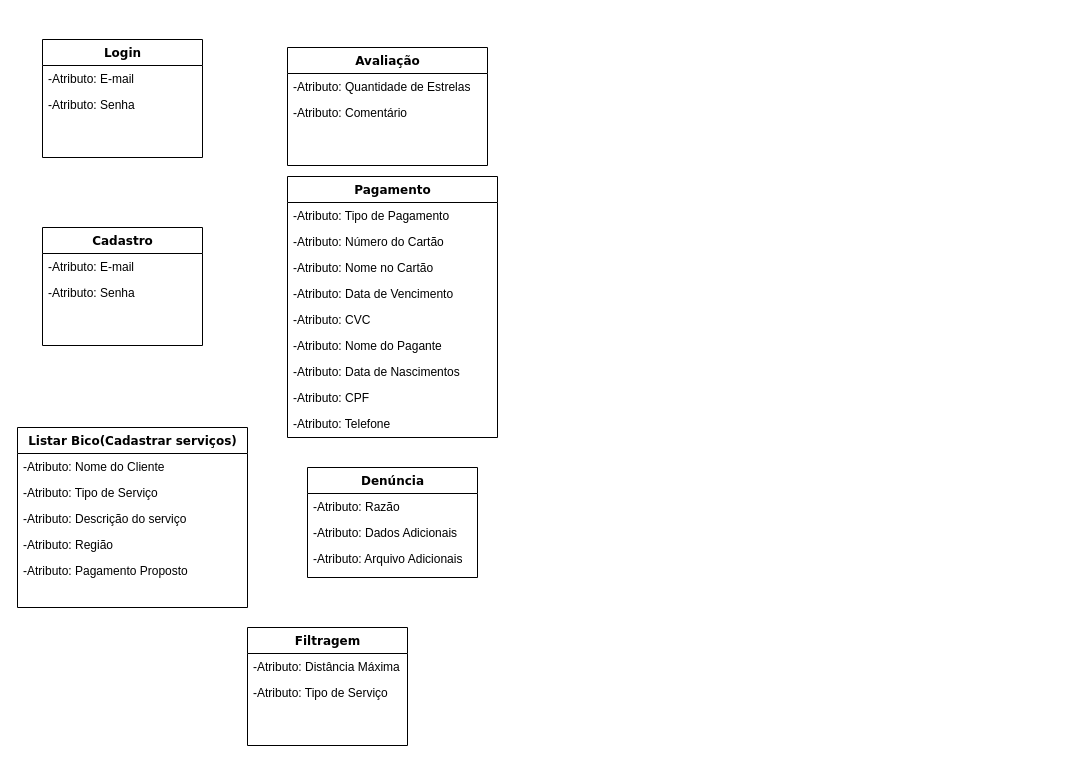
Before: Modelo de Domínio/modelo de dominio.drawio in daikisuga/BICO, a draw.io diagram. Source tidied: cells renumbered, new cells numbered last; positions are measured from the earlier drawing's top-left corner, leaving out a move shared by most shapes. Both pictures are drawn from the tidied source at 100%, with x=0, y=0 at pixel (17, 39).
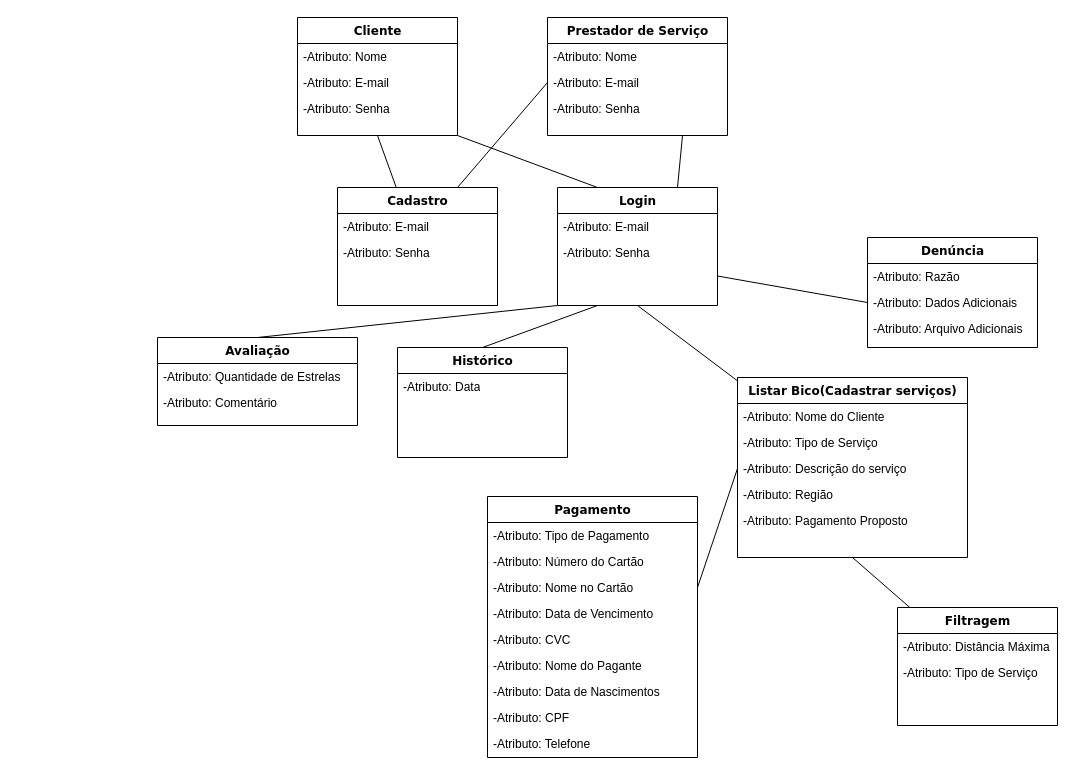
The same page after the edit.

Unchanged cells that the change refers to:
```xml
<mxCell id="11" value="-Atributo: Descrição do serviço" style="text;html=1;strokeColor=none;fillColor=none;align=left;verticalAlign=top;spacingLeft=4;spacingRight=4;whiteSpace=wrap;overflow=hidden;points=[[0,0.5],[1,0.5]];portConstraint=eastwest;" parent="8" vertex="1">
  <mxGeometry y="78" width="230" height="26" as="geometry" />
</mxCell>
<mxCell id="16" value="-Atributo: Dados Adicionais" style="text;html=1;strokeColor=none;fillColor=none;align=left;verticalAlign=top;spacingLeft=4;spacingRight=4;whiteSpace=wrap;overflow=hidden;points=[[0,0.5],[1,0.5]];portConstraint=eastwest;" parent="14" vertex="1">
  <mxGeometry y="52" width="170" height="26" as="geometry" />
</mxCell>
<mxCell id="21" value="-Atributo: Nome no Cartão" style="text;html=1;strokeColor=none;fillColor=none;align=left;verticalAlign=top;spacingLeft=4;spacingRight=4;whiteSpace=wrap;overflow=hidden;points=[[0,0.5],[1,0.5]];portConstraint=eastwest;" parent="18" vertex="1">
  <mxGeometry y="78" width="210" height="26" as="geometry" />
</mxCell>
```

What changed in the source:
```diff
@@
+    <mxCell id="34" style="rounded=0;jettySize=auto;html=1;exitX=0;exitY=1;exitDx=0;exitDy=0;entryX=0.5;entryY=0;entryDx=0;entryDy=0;endArrow=none;endFill=0;" parent="1" edge="1" source="2" target="28">
+      <mxGeometry relative="1" as="geometry" />
+    </mxCell>
+    <mxCell id="35" style="rounded=0;jettySize=auto;html=1;exitX=0.5;exitY=1;exitDx=0;exitDy=0;endArrow=none;endFill=0;" parent="1" edge="1" source="2" target="8">
+      <mxGeometry relative="1" as="geometry" />
+    </mxCell>
+    <mxCell id="36" style="rounded=0;jettySize=auto;html=1;exitX=1;exitY=0.75;exitDx=0;exitDy=0;entryX=0;entryY=0.5;entryDx=0;entryDy=0;endArrow=none;endFill=0;" parent="1" edge="1" source="2" target="16">
+      <mxGeometry relative="1" as="geometry" />
+    </mxCell>
+    <mxCell id="37" style="edgeStyle=none;rounded=0;jettySize=auto;html=1;exitX=0.25;exitY=1;exitDx=0;exitDy=0;entryX=0.5;entryY=0;entryDx=0;entryDy=0;endArrow=none;endFill=0;" parent="1" edge="1" source="2" target="52">
+      <mxGeometry relative="1" as="geometry" />
+    </mxCell>
     <mxCell id="2" value="Login" style="swimlane;html=1;fontStyle=1;align=center;verticalAlign=top;horizontal=1;startSize=26;swimlaneFillColor=#ffffff;rounded=0;shadow=0;comic=0;labelBackgroundColor=none;strokeWidth=1;fillColor=none;fontFamily=Verdana;fontSize=12;" parent="1" vertex="1">
-      <mxGeometry x="25" width="160" height="118" as="geometry" />
+      <mxGeometry x="540" y="148" width="160" height="118" as="geometry" />
     </mxCell>
@@
     <mxCell id="5" value="Cadastro" style="swimlane;html=1;fontStyle=1;align=center;verticalAlign=top;horizontal=1;startSize=26;swimlaneFillColor=#ffffff;rounded=0;shadow=0;comic=0;labelBackgroundColor=none;strokeWidth=1;fillColor=none;fontFamily=Verdana;fontSize=12;" parent="1" vertex="1">
-      <mxGeometry x="25" y="188" width="160" height="118" as="geometry" />
+      <mxGeometry x="320" y="148" width="160" height="118" as="geometry" />
     </mxCell>
@@
+    <mxCell id="38" style="rounded=0;jettySize=auto;html=1;exitX=0.5;exitY=1;exitDx=0;exitDy=0;endArrow=none;endFill=0;" parent="1" edge="1" source="8" target="31">
+      <mxGeometry relative="1" as="geometry" />
+    </mxCell>
     <mxCell id="8" value="Listar Bico(Cadastrar serviços)" style="swimlane;html=1;fontStyle=1;align=center;verticalAlign=top;horizontal=1;startSize=26;swimlaneFillColor=#ffffff;rounded=0;shadow=0;comic=0;labelBackgroundColor=none;strokeWidth=1;fillColor=none;fontFamily=Verdana;fontSize=12;" parent="1" vertex="1">
-      <mxGeometry y="388" width="230" height="180" as="geometry" />
+      <mxGeometry x="720" y="338" width="230" height="180" as="geometry" />
     </mxCell>
@@
     <mxCell id="14" value="Denúncia" style="swimlane;html=1;fontStyle=1;align=center;verticalAlign=top;horizontal=1;startSize=26;swimlaneFillColor=#ffffff;rounded=0;shadow=0;comic=0;labelBackgroundColor=none;strokeWidth=1;fillColor=none;fontFamily=Verdana;fontSize=12;" parent="1" vertex="1">
-      <mxGeometry x="290" y="428" width="170" height="110" as="geometry" />
+      <mxGeometry x="850" y="198" width="170" height="110" as="geometry" />
     </mxCell>
@@
     <mxCell id="18" value="Pagamento" style="swimlane;html=1;fontStyle=1;align=center;verticalAlign=top;horizontal=1;startSize=26;swimlaneFillColor=#ffffff;rounded=0;shadow=0;comic=0;labelBackgroundColor=none;strokeWidth=1;fillColor=none;fontFamily=Verdana;fontSize=12;" parent="1" vertex="1">
-      <mxGeometry x="270" y="137" width="210" height="261" as="geometry" />
+      <mxGeometry x="470" y="457" width="210" height="261" as="geometry" />
     </mxCell>
@@
     <mxCell id="28" value="Avaliação" style="swimlane;html=1;fontStyle=1;align=center;verticalAlign=top;horizontal=1;startSize=26;swimlaneFillColor=#ffffff;rounded=0;shadow=0;comic=0;labelBackgroundColor=none;strokeWidth=1;fillColor=none;fontFamily=Verdana;fontSize=12;" parent="1" vertex="1">
-      <mxGeometry x="270" y="8" width="200" height="118" as="geometry" />
+      <mxGeometry x="140" y="298" width="200" height="88" as="geometry" />
     </mxCell>
@@
     <mxCell id="31" value="Filtragem" style="swimlane;html=1;fontStyle=1;align=center;verticalAlign=top;horizontal=1;startSize=26;swimlaneFillColor=#ffffff;rounded=0;shadow=0;comic=0;labelBackgroundColor=none;strokeWidth=1;fillColor=none;fontFamily=Verdana;fontSize=12;" parent="1" vertex="1">
-      <mxGeometry x="230" y="588" width="160" height="118" as="geometry" />
+      <mxGeometry x="880" y="568" width="160" height="118" as="geometry" />
     </mxCell>
@@
+    <mxCell id="39" style="rounded=0;jettySize=auto;html=1;exitX=0.5;exitY=1;exitDx=0;exitDy=0;endArrow=none;endFill=0;" parent="1" edge="1" source="41" target="5">
+      <mxGeometry relative="1" as="geometry" />
+    </mxCell>
+    <mxCell id="40" style="edgeStyle=none;rounded=0;jettySize=auto;html=1;exitX=1;exitY=1;exitDx=0;exitDy=0;entryX=0.25;entryY=0;entryDx=0;entryDy=0;endArrow=none;endFill=0;" parent="1" edge="1" source="41" target="2">
+      <mxGeometry relative="1" as="geometry" />
+    </mxCell>
+    <mxCell id="41" value="Cliente" style="swimlane;html=1;fontStyle=1;align=center;verticalAlign=top;horizontal=1;startSize=26;swimlaneFillColor=#ffffff;rounded=0;shadow=0;comic=0;labelBackgroundColor=none;strokeWidth=1;fillColor=none;fontFamily=Verdana;fontSize=12;" parent="1" vertex="1">
+      <mxGeometry x="280" y="-22" width="160" height="118" as="geometry" />
+    </mxCell>
+    <mxCell id="42" value="-Atributo: Nome" style="text;html=1;strokeColor=none;fillColor=none;align=left;verticalAlign=top;spacingLeft=4;spacingRight=4;whiteSpace=wrap;overflow=hidden;" parent="41" vertex="1">
+      <mxGeometry y="26" width="160" height="26" as="geometry" />
+    </mxCell>
+    <mxCell id="43" value="-Atributo: E-mail" style="text;html=1;strokeColor=none;fillColor=none;align=left;verticalAlign=top;spacingLeft=4;spacingRight=4;whiteSpace=wrap;overflow=hidden;" parent="41" vertex="1">
+      <mxGeometry y="52" width="160" height="26" as="geometry" />
+    </mxCell>
+    <mxCell id="44" value="-Atributo: Senha" style="text;html=1;strokeColor=none;fillColor=none;align=left;verticalAlign=top;spacingLeft=4;spacingRight=4;whiteSpace=wrap;overflow=hidden;" parent="41" vertex="1">
+      <mxGeometry y="78" width="160" height="26" as="geometry" />
+    </mxCell>
+    <mxCell id="45" style="rounded=0;jettySize=auto;html=1;exitX=0.75;exitY=1;exitDx=0;exitDy=0;entryX=0.75;entryY=0;entryDx=0;entryDy=0;endArrow=none;endFill=0;" parent="1" edge="1" source="46" target="2">
+      <mxGeometry relative="1" as="geometry" />
+    </mxCell>
+    <mxCell id="46" value="Prestador de Serviço" style="swimlane;html=1;fontStyle=1;align=center;verticalAlign=top;horizontal=1;startSize=26;swimlaneFillColor=#ffffff;rounded=0;shadow=0;comic=0;labelBackgroundColor=none;strokeWidth=1;fillColor=none;fontFamily=Verdana;fontSize=12;" parent="1" vertex="1">
+      <mxGeometry x="530" y="-22" width="180" height="118" as="geometry" />
+    </mxCell>
+    <mxCell id="47" value="-Atributo: Nome" style="text;html=1;strokeColor=none;fillColor=none;align=left;verticalAlign=top;spacingLeft=4;spacingRight=4;whiteSpace=wrap;overflow=hidden;" parent="46" vertex="1">
+      <mxGeometry y="26" width="180" height="26" as="geometry" />
+    </mxCell>
+    <mxCell id="48" value="-Atributo: E-mail" style="text;html=1;strokeColor=none;fillColor=none;align=left;verticalAlign=top;spacingLeft=4;spacingRight=4;whiteSpace=wrap;overflow=hidden;points=[[0,0.5],[1,0.5]];portConstraint=eastwest;" parent="46" vertex="1">
+      <mxGeometry y="52" width="180" height="26" as="geometry" />
+    </mxCell>
+    <mxCell id="49" value="-Atributo: Senha" style="text;html=1;strokeColor=none;fillColor=none;align=left;verticalAlign=top;spacingLeft=4;spacingRight=4;whiteSpace=wrap;overflow=hidden;" parent="46" vertex="1">
+      <mxGeometry y="78" width="180" height="26" as="geometry" />
+    </mxCell>
+    <mxCell id="50" style="rounded=0;jettySize=auto;html=1;exitX=0;exitY=0.5;exitDx=0;exitDy=0;entryX=1;entryY=0.5;entryDx=0;entryDy=0;endArrow=none;endFill=0;" parent="1" edge="1" source="11" target="21">
+      <mxGeometry relative="1" as="geometry" />
+    </mxCell>
+    <mxCell id="51" style="rounded=0;jettySize=auto;html=1;exitX=0;exitY=0.5;exitDx=0;exitDy=0;entryX=0.75;entryY=0;entryDx=0;entryDy=0;endArrow=none;endFill=0;" parent="1" edge="1" source="48" target="5">
+      <mxGeometry relative="1" as="geometry" />
+    </mxCell>
+    <mxCell id="52" value="Histórico" style="swimlane;html=1;fontStyle=1;align=center;verticalAlign=top;horizontal=1;startSize=26;swimlaneFillColor=#ffffff;rounded=0;shadow=0;comic=0;labelBackgroundColor=none;strokeWidth=1;fillColor=none;fontFamily=Verdana;fontSize=12;" parent="1" vertex="1">
+      <mxGeometry x="380" y="308" width="170" height="110" as="geometry" />
+    </mxCell>
+    <mxCell id="53" value="-Atributo: Data" style="text;html=1;strokeColor=none;fillColor=none;align=left;verticalAlign=top;spacingLeft=4;spacingRight=4;whiteSpace=wrap;overflow=hidden;" parent="52" vertex="1">
+      <mxGeometry y="26" width="170" height="26" as="geometry" />
+    </mxCell>
```
